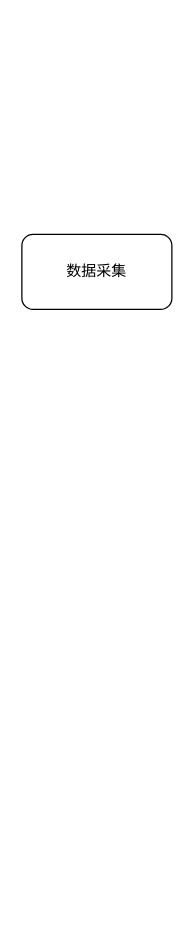
Above: 风控/数据更新流程.drawio in XiaoLiuAI/diagrams (draw.io), before the change. Source tidied: cells renumbered, new cells numbered last; positions are measured from the earlier drawing's top-left corner, leaving out a move shared by most shapes. Both pictures are drawn from the tidied source at 125%, with x=0, y=0 at pixel (21, 234).
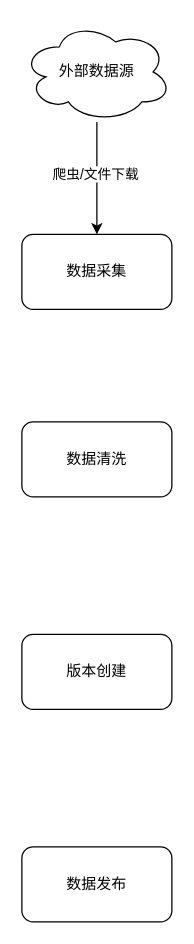
Above is the later version.

Commit message (it also covers changes not shown here):
Update 数据更新流程.drawio

Diff of the diagram source:
```diff
@@
 <mxGraphModel>
   <root>
     <mxCell id="0" />
     <mxCell id="1" parent="0" />
     <mxCell id="2" value="数据采集" style="rounded=1;whiteSpace=wrap;html=1;" parent="1" vertex="1">
       <mxGeometry width="120" height="60" as="geometry" />
     </mxCell>
+    <mxCell id="3" value="数据清洗" style="rounded=1;whiteSpace=wrap;html=1;" parent="1" vertex="1">
+      <mxGeometry y="150" width="120" height="60" as="geometry" />
+    </mxCell>
+    <mxCell id="4" value="版本创建" style="rounded=1;whiteSpace=wrap;html=1;" parent="1" vertex="1">
+      <mxGeometry y="320" width="120" height="60" as="geometry" />
+    </mxCell>
+    <mxCell id="5" value="数据发布" style="rounded=1;whiteSpace=wrap;html=1;" parent="1" vertex="1">
+      <mxGeometry y="490" width="120" height="60" as="geometry" />
+    </mxCell>
+    <mxCell id="6" style="edgeStyle=orthogonalEdgeStyle;rounded=0;jettySize=auto;html=1;entryX=0.5;entryY=0;entryDx=0;entryDy=0;" parent="1" edge="1" source="8" target="2">
+      <mxGeometry relative="1" as="geometry" />
+    </mxCell>
+    <mxCell id="7" value="爬虫/文件下载" style="edgeLabel;html=1;align=center;verticalAlign=middle;" parent="6" vertex="1">
+      <mxGeometry x="-0.09" y="-2" relative="1" as="geometry" />
+    </mxCell>
+    <mxCell id="8" value="外部数据源" style="ellipse;shape=cloud;whiteSpace=wrap;html=1;" parent="1" vertex="1">
+      <mxGeometry y="-170" width="120" height="80" as="geometry" />
+    </mxCell>
   </root>
 </mxGraphModel>
```
